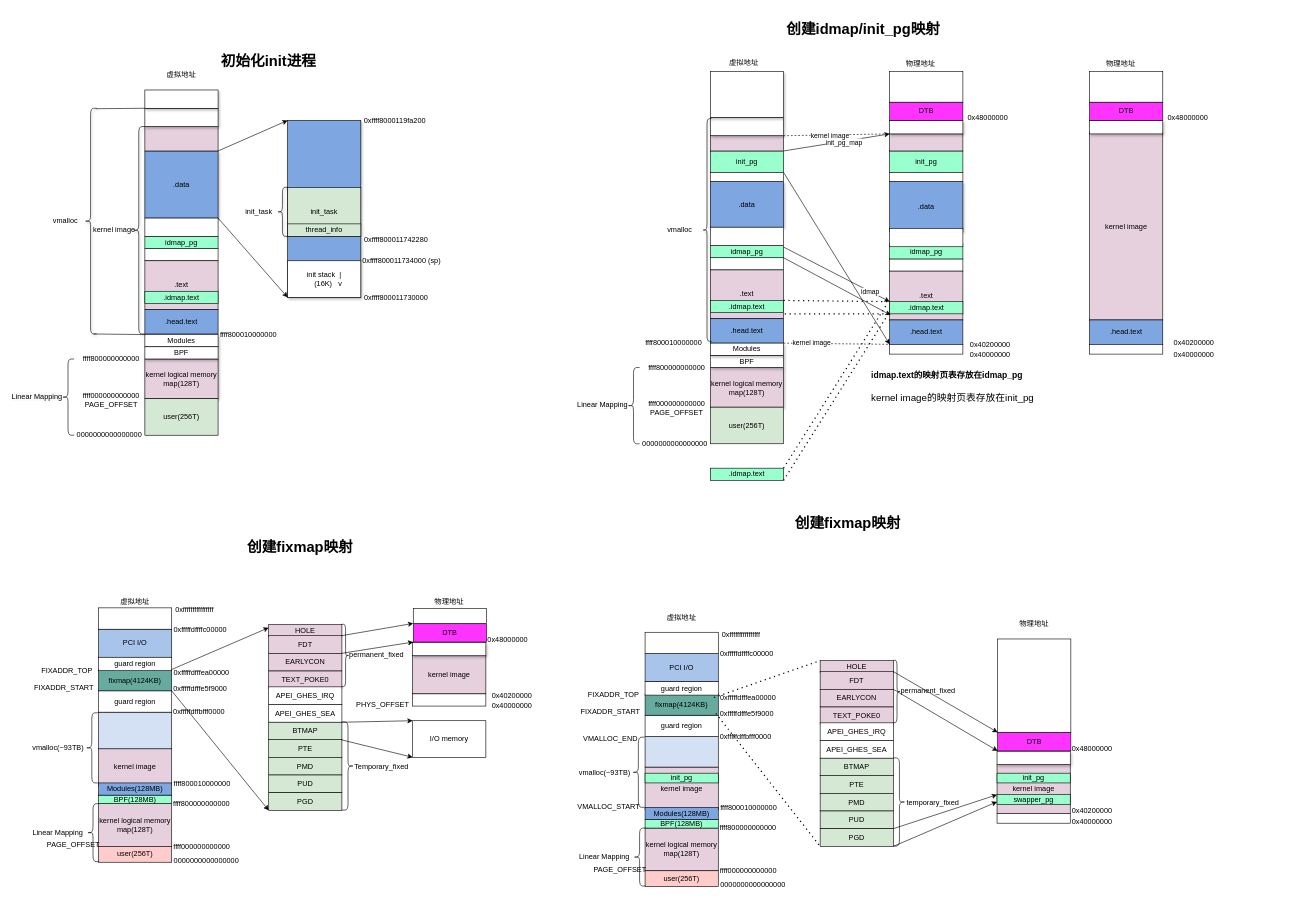
Above: kernel_start.drawio in jasonactions/graph (draw.io), before the change. Source tidied: cells renumbered, new cells numbered last; positions are measured from the earlier drawing's top-left corner, leaving out a move shared by most shapes. Both pictures are drawn from the tidied source at 61%, with x=0, y=0 at pixel (10, 16).
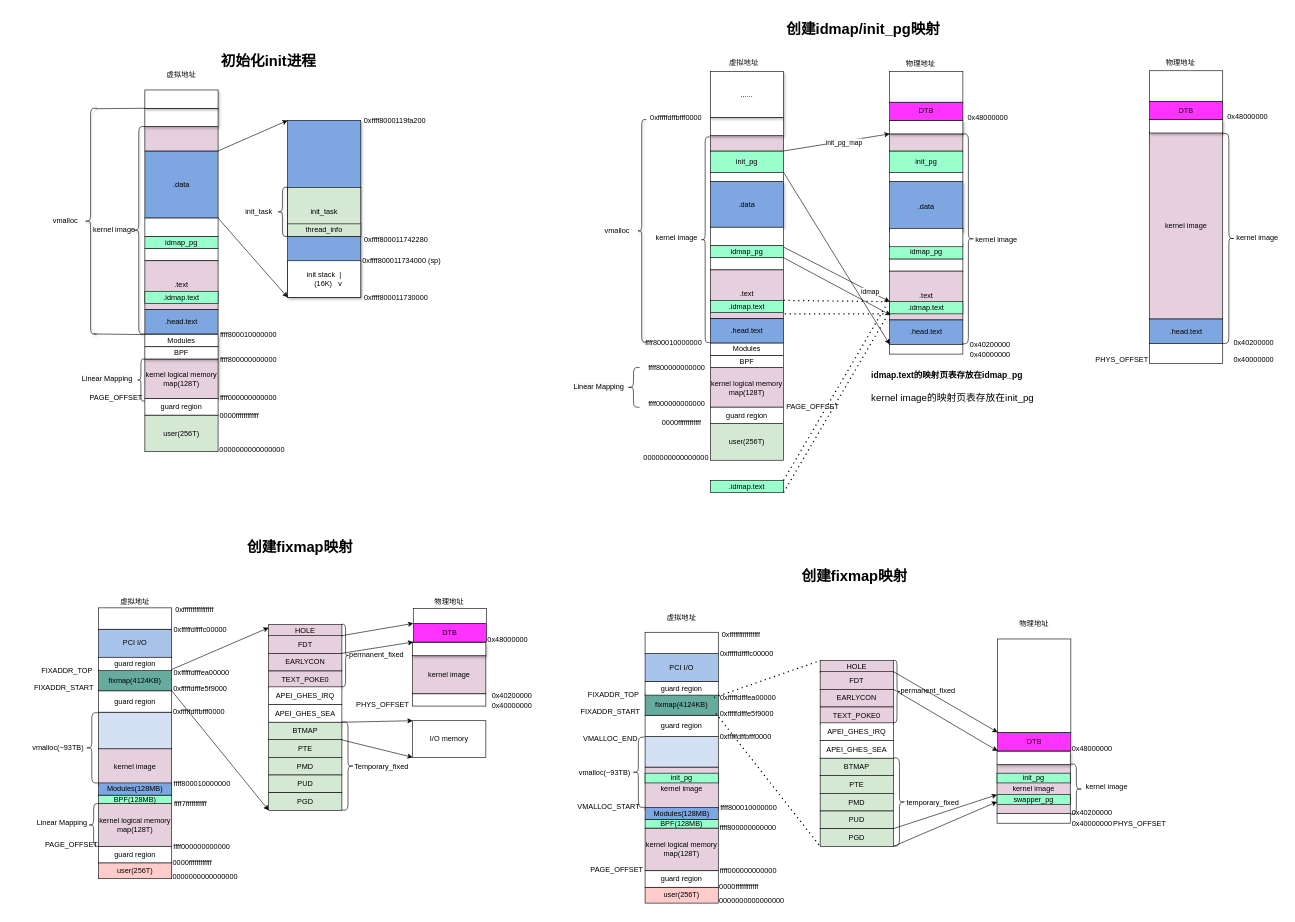
After the change.

The change refers to these unchanged cells:
```xml
<mxCell id="8" value=".head.text" style="rounded=0;whiteSpace=wrap;html=1;fillColor=#7EA6E0;" parent="1" vertex="1">
  <mxGeometry x="1147" y="495" width="120" height="40" as="geometry" />
</mxCell>
<mxCell id="15" value=".head.text" style="rounded=0;whiteSpace=wrap;html=1;fillColor=#7EA6E0;" parent="1" vertex="1">
  <mxGeometry x="1441" y="497" width="120" height="40" as="geometry" />
</mxCell>
<mxCell id="21" style="rounded=0;whiteSpace=wrap;html=1;fillColor=#E6D0DE;" parent="1" vertex="1">
  <mxGeometry x="1441" y="192" width="120" height="28" as="geometry" />
</mxCell>
<mxCell id="22" style="rounded=0;whiteSpace=wrap;html=1;fillColor=#E6D0DE;" parent="1" vertex="1">
  <mxGeometry x="1147" y="195" width="120" height="25" as="geometry" />
</mxCell>
```

The edit, as a diff of the source:
```diff
@@
-    <mxCell id="25" value="kernel logical memory map(128T)" style="rounded=0;whiteSpace=wrap;html=1;shadow=1;fillColor=#E6D0DE;" parent="1" vertex="1">
+    <mxCell id="25" value="kernel logical memory map(128T)" style="rounded=0;whiteSpace=wrap;html=1;shadow=0;fillColor=#E6D0DE;" parent="1" vertex="1">
       <mxGeometry x="1147" y="575" width="120" height="65" as="geometry" />
     </mxCell>
@@
     <mxCell id="29" value="0000000000000000" style="text;html=1;strokeColor=none;fillColor=none;align=center;verticalAlign=middle;whiteSpace=wrap;rounded=0;shadow=1;" parent="1" vertex="1">
-      <mxGeometry x="1039" y="690" width="100" height="20" as="geometry" />
+      <mxGeometry x="1041" y="713" width="100" height="20" as="geometry" />
     </mxCell>
@@
-    <mxCell id="32" value="BPF" style="rounded=0;whiteSpace=wrap;html=1;shadow=1;fillColor=#FFFFFF;" parent="1" vertex="1">
+    <mxCell id="32" value="BPF" style="rounded=0;whiteSpace=wrap;html=1;shadow=0;fillColor=#FFFFFF;" parent="1" vertex="1">
       <mxGeometry x="1147" y="555" width="120" height="20" as="geometry" />
     </mxCell>
-    <mxCell id="33" value="Modules" style="rounded=0;whiteSpace=wrap;html=1;shadow=1;fillColor=#FFFFFF;" parent="1" vertex="1">
+    <mxCell id="33" value="Modules" style="rounded=0;whiteSpace=wrap;html=1;shadow=0;fillColor=#FFFFFF;" parent="1" vertex="1">
       <mxGeometry x="1147" y="535" width="120" height="20" as="geometry" />
     </mxCell>
     <mxCell id="34" style="shape=curlyBracket;whiteSpace=wrap;html=1;rounded=1;shadow=1;fillColor=#FFFFFF;" parent="1" vertex="1">
-      <mxGeometry x="1134" y="167" width="15" height="365" as="geometry" />
+      <mxGeometry x="1027" y="168.5" width="15" height="365" as="geometry" />
     </mxCell>
     <mxCell id="35" value="vmalloc" style="text;html=1;strokeColor=none;fillColor=none;align=center;verticalAlign=middle;whiteSpace=wrap;rounded=0;shadow=1;" parent="1" vertex="1">
-      <mxGeometry x="1057" y="339.5" width="80" height="20" as="geometry" />
+      <mxGeometry x="962.5" y="341" width="63" height="20" as="geometry" />
     </mxCell>
-    <mxCell id="36" style="rounded=0;whiteSpace=wrap;html=1;shadow=1;fillColor=#FFFFFF;" parent="1" vertex="1">
+    <mxCell id="36" value="......" style="rounded=0;whiteSpace=wrap;html=1;shadow=1;fillColor=#FFFFFF;" parent="1" vertex="1">
       <mxGeometry x="1147" y="90" width="120" height="75" as="geometry" />
     </mxCell>
@@
     <mxCell id="41" value="PAGE_OFFSET" style="text;html=1;strokeColor=none;fillColor=none;align=center;verticalAlign=middle;whiteSpace=wrap;rounded=0;shadow=1;" parent="1" vertex="1">
-      <mxGeometry x="1042" y="640" width="100" height="20" as="geometry" />
+      <mxGeometry x="1265" y="630" width="100" height="20" as="geometry" />
     </mxCell>
@@
-    <mxCell id="44" value=".data" style="rounded=0;whiteSpace=wrap;html=1;fillColor=#7EA6E0;shadow=1;" parent="1" vertex="1">
+    <mxCell id="44" value=".data" style="rounded=0;whiteSpace=wrap;html=1;fillColor=#7EA6E0;shadow=0;" parent="1" vertex="1">
       <mxGeometry x="220" y="220" width="120" height="110" as="geometry" />
     </mxCell>
@@
-    <mxCell id="70" style="endArrow=none;dashed=1;html=1;exitX=1;exitY=1;exitDx=0;exitDy=0;entryX=0;entryY=1;entryDx=0;entryDy=0;" parent="1" edge="1" source="8" target="15">
-      <mxGeometry relative="1" as="geometry" />
-    </mxCell>
-    <mxCell id="71" value="kernel image" style="edgeLabel;html=1;align=center;verticalAlign=middle;" parent="70" vertex="1">
-      <mxGeometry x="-0.48" y="1" relative="1" as="geometry" />
-    </mxCell>
-    <mxCell id="72" style="endArrow=none;dashed=1;html=1;exitX=1;exitY=0;exitDx=0;exitDy=0;entryX=0;entryY=0;entryDx=0;entryDy=0;" parent="1" edge="1" source="22" target="21">
-      <mxGeometry relative="1" as="geometry" />
-    </mxCell>
-    <mxCell id="73" value="kernel image" style="edgeLabel;html=1;align=center;verticalAlign=middle;" parent="72" vertex="1">
-      <mxGeometry x="-0.14" y="-1" relative="1" as="geometry" />
-    </mxCell>
@@
     <mxCell id="78" value="物理地址" style="text;html=1;strokeColor=none;fillColor=none;align=center;verticalAlign=middle;whiteSpace=wrap;rounded=0;" parent="1" vertex="1">
-      <mxGeometry x="1784.7" y="67" width="70" height="20" as="geometry" />
+      <mxGeometry x="1883" y="65.5" width="70" height="20" as="geometry" />
     </mxCell>
     <mxCell id="79" value="kernel image" style="rounded=0;whiteSpace=wrap;html=1;fillColor=#E6D0DE;" parent="1" vertex="1">
-      <mxGeometry x="1768.7" y="190" width="120" height="307" as="geometry" />
+      <mxGeometry x="1867" y="188.5" width="120" height="307" as="geometry" />
     </mxCell>
     <mxCell id="80" value=".head.text" style="rounded=0;whiteSpace=wrap;html=1;fillColor=#7EA6E0;" parent="1" vertex="1">
-      <mxGeometry x="1768.7" y="497" width="120" height="40" as="geometry" />
+      <mxGeometry x="1867" y="495.5" width="120" height="40" as="geometry" />
     </mxCell>
     <mxCell id="81" style="rounded=0;whiteSpace=wrap;html=1;shadow=1;fillColor=#FFFFFF;" parent="1" vertex="1">
-      <mxGeometry x="1768.7" y="170" width="120" height="22" as="geometry" />
+      <mxGeometry x="1867" y="168.5" width="120" height="22" as="geometry" />
     </mxCell>
     <mxCell id="82" value="0x40000000" style="text;html=1;strokeColor=none;fillColor=none;align=center;verticalAlign=middle;whiteSpace=wrap;rounded=0;" parent="1" vertex="1">
-      <mxGeometry x="1894.7" y="545" width="90" height="20" as="geometry" />
+      <mxGeometry x="1993" y="553" width="90" height="20" as="geometry" />
     </mxCell>
     <mxCell id="83" value="0x48000000" style="text;html=1;strokeColor=none;fillColor=none;align=center;verticalAlign=middle;whiteSpace=wrap;rounded=0;" parent="1" vertex="1">
-      <mxGeometry x="1894.7" y="155" width="70" height="20" as="geometry" />
+      <mxGeometry x="1993" y="153.5" width="70" height="20" as="geometry" />
     </mxCell>
     <mxCell id="84" value="DTB" style="rounded=0;whiteSpace=wrap;html=1;fillColor=#FF33FF;" parent="1" vertex="1">
-      <mxGeometry x="1768.7" y="140" width="120" height="30" as="geometry" />
+      <mxGeometry x="1867" y="138.5" width="120" height="30" as="geometry" />
     </mxCell>
     <mxCell id="85" style="rounded=0;whiteSpace=wrap;html=1;fillColor=#FFFFFF;" parent="1" vertex="1">
-      <mxGeometry x="1768.7" y="90" width="120" height="50" as="geometry" />
+      <mxGeometry x="1867" y="88.5" width="120" height="50" as="geometry" />
     </mxCell>
@@
     <mxCell id="98" value="0000000000000000" style="text;html=1;strokeColor=none;fillColor=none;align=center;verticalAlign=middle;whiteSpace=wrap;rounded=0;shadow=1;" parent="1" vertex="1">
-      <mxGeometry x="271" y="1373" width="100" height="20" as="geometry" />
+      <mxGeometry x="269" y="1400" width="100" height="20" as="geometry" />
     </mxCell>
-    <mxCell id="99" value="ffff800000000000" style="text;html=1;strokeColor=none;fillColor=none;align=center;verticalAlign=middle;whiteSpace=wrap;rounded=0;shadow=1;" parent="1" vertex="1">
-      <mxGeometry x="263" y="1280" width="100" height="20" as="geometry" />
+    <mxCell id="99" value="ffff7fffffffffff" style="text;html=1;strokeColor=none;fillColor=none;align=center;verticalAlign=middle;whiteSpace=wrap;rounded=0;shadow=1;" parent="1" vertex="1">
+      <mxGeometry x="263" y="1280" width="64" height="20" as="geometry" />
     </mxCell>
@@
     <mxCell id="105" value="PAGE_OFFSET" style="text;html=1;strokeColor=none;fillColor=none;align=center;verticalAlign=middle;whiteSpace=wrap;rounded=0;shadow=1;" parent="1" vertex="1">
-      <mxGeometry x="53" y="1348" width="100" height="20" as="geometry" />
+      <mxGeometry x="50" y="1348" width="100" height="20" as="geometry" />
     </mxCell>
@@
     <mxCell id="115" value="user(256T)" style="rounded=0;whiteSpace=wrap;html=1;shadow=0;strokeColor=#000000;fillColor=#FFCCCC;" parent="1" vertex="1">
-      <mxGeometry x="144" y="1360" width="120" height="26" as="geometry" />
+      <mxGeometry x="144" y="1387" width="120" height="26" as="geometry" />
     </mxCell>
     <mxCell id="116" style="shape=curlyBracket;whiteSpace=wrap;html=1;rounded=1;shadow=0;fillColor=#FFFFFF;" parent="1" vertex="1">
-      <mxGeometry x="125" y="1290" width="20" height="95" as="geometry" />
+      <mxGeometry x="127" y="1290" width="18" height="70" as="geometry" />
     </mxCell>
     <mxCell id="117" value="Linear Mapping" style="text;html=1;strokeColor=none;fillColor=none;align=center;verticalAlign=middle;whiteSpace=wrap;rounded=0;shadow=0;" parent="1" vertex="1">
-      <mxGeometry x="31" y="1328" width="93" height="20" as="geometry" />
+      <mxGeometry x="37.5" y="1311.5" width="93" height="20" as="geometry" />
     </mxCell>
@@
     <mxCell id="153" value="user(256T)" style="rounded=0;whiteSpace=wrap;html=1;shadow=0;strokeColor=#000000;fillColor=#D5E8D4;" parent="1" vertex="1">
-      <mxGeometry x="1147" y="640" width="120" height="60" as="geometry" />
+      <mxGeometry x="1147" y="667" width="120" height="60" as="geometry" />
     </mxCell>
     <mxCell id="154" value=".idmap.text" style="rounded=0;whiteSpace=wrap;html=1;shadow=0;strokeColor=#000000;fillColor=#99FFCC;" parent="1" vertex="1">
-      <mxGeometry x="1147" y="740" width="120" height="20" as="geometry" />
+      <mxGeometry x="1147" y="760" width="120" height="20" as="geometry" />
     </mxCell>
@@
     <mxCell id="160" value="&lt;span style=&quot;color: rgb(0, 0, 0); font-family: helvetica; font-size: 12px; font-style: normal; font-weight: 400; letter-spacing: normal; text-align: center; text-indent: 0px; text-transform: none; word-spacing: 0px; background-color: rgb(248, 249, 250); display: inline; float: none;&quot;&gt;Linear Mapping&lt;/span&gt;" style="text;whiteSpace=wrap;html=1;" parent="1" vertex="1">
-      <mxGeometry x="927" y="622.5" width="110" height="30" as="geometry" />
+      <mxGeometry x="921" y="592.5" width="110" height="30" as="geometry" />
     </mxCell>
     <mxCell id="161" style="shape=curlyBracket;whiteSpace=wrap;html=1;rounded=1;shadow=0;strokeColor=#000000;fillColor=#99FFCC;" parent="1" vertex="1">
-      <mxGeometry x="1011" y="575" width="20" height="125" as="geometry" />
+      <mxGeometry x="1011" y="575" width="20" height="65" as="geometry" />
     </mxCell>
@@
     <mxCell id="163" value="0000000000000000" style="text;html=1;strokeColor=none;fillColor=none;align=center;verticalAlign=middle;whiteSpace=wrap;rounded=0;shadow=1;" parent="1" vertex="1">
-      <mxGeometry x="112" y="676" width="100" height="20" as="geometry" />
+      <mxGeometry x="346" y="700" width="100" height="20" as="geometry" />
     </mxCell>
     <mxCell id="164" value="ffff800000000000" style="text;html=1;strokeColor=none;fillColor=none;align=center;verticalAlign=middle;whiteSpace=wrap;rounded=0;shadow=1;" parent="1" vertex="1">
-      <mxGeometry x="115" y="551" width="100" height="20" as="geometry" />
+      <mxGeometry x="340" y="553" width="100" height="20" as="geometry" />
     </mxCell>
     <mxCell id="165" value="ffff000000000000" style="text;html=1;strokeColor=none;fillColor=none;align=center;verticalAlign=middle;whiteSpace=wrap;rounded=0;shadow=1;" parent="1" vertex="1">
-      <mxGeometry x="110" y="611" width="110" height="20" as="geometry" />
+      <mxGeometry x="334" y="611.8" width="112" height="23.5" as="geometry" />
     </mxCell>
@@
     <mxCell id="167" value="PAGE_OFFSET" style="text;html=1;strokeColor=none;fillColor=none;align=center;verticalAlign=middle;whiteSpace=wrap;rounded=0;shadow=1;" parent="1" vertex="1">
-      <mxGeometry x="115" y="626" width="100" height="20" as="geometry" />
+      <mxGeometry x="123" y="615.2" width="100" height="20" as="geometry" />
     </mxCell>
     <mxCell id="168" value="user(256T)" style="rounded=0;whiteSpace=wrap;html=1;shadow=0;strokeColor=#000000;fillColor=#D5E8D4;" parent="1" vertex="1">
-      <mxGeometry x="220" y="626" width="120" height="60" as="geometry" />
+      <mxGeometry x="220" y="653" width="120" height="60" as="geometry" />
     </mxCell>
     <mxCell id="169" value="&lt;span style=&quot;color: rgb(0, 0, 0); font-family: helvetica; font-size: 12px; font-style: normal; font-weight: 400; letter-spacing: normal; text-align: center; text-indent: 0px; text-transform: none; word-spacing: 0px; background-color: rgb(248, 249, 250); display: inline; float: none;&quot;&gt;Linear Mapping&lt;/span&gt;" style="text;whiteSpace=wrap;html=1;" parent="1" vertex="1">
-      <mxGeometry y="608.5" width="110" height="30" as="geometry" />
+      <mxGeometry x="115" y="578.5" width="110" height="30" as="geometry" />
     </mxCell>
     <mxCell id="170" style="shape=curlyBracket;whiteSpace=wrap;html=1;rounded=1;shadow=0;strokeColor=#000000;fillColor=#99FFCC;" parent="1" vertex="1">
-      <mxGeometry x="84" y="561" width="20" height="125" as="geometry" />
+      <mxGeometry x="207" y="561" width="13" height="69" as="geometry" />
     </mxCell>
@@
     <mxCell id="177" value="0000000000000000" style="text;html=1;strokeColor=none;fillColor=none;align=center;verticalAlign=middle;whiteSpace=wrap;rounded=0;shadow=1;" parent="1" vertex="1">
-      <mxGeometry x="1167" y="1413" width="100" height="20" as="geometry" />
+      <mxGeometry x="1165" y="1440" width="100" height="20" as="geometry" />
     </mxCell>
@@
     <mxCell id="184" value="PAGE_OFFSET" style="text;html=1;strokeColor=none;fillColor=none;align=center;verticalAlign=middle;whiteSpace=wrap;rounded=0;shadow=1;" parent="1" vertex="1">
-      <mxGeometry x="949" y="1388" width="100" height="20" as="geometry" />
+      <mxGeometry x="944" y="1388" width="100" height="20" as="geometry" />
     </mxCell>
@@
     <mxCell id="194" value="user(256T)" style="rounded=0;whiteSpace=wrap;html=1;shadow=0;strokeColor=#000000;fillColor=#FFCCCC;" parent="1" vertex="1">
-      <mxGeometry x="1040" y="1400" width="120" height="26" as="geometry" />
+      <mxGeometry x="1040" y="1427" width="120" height="26" as="geometry" />
     </mxCell>
-    <mxCell id="195" style="shape=curlyBracket;whiteSpace=wrap;html=1;rounded=1;shadow=0;fillColor=#FFFFFF;" parent="1" vertex="1">
-      <mxGeometry x="1021" y="1330" width="20" height="95" as="geometry" />
-    </mxCell>
-    <mxCell id="196" value="Linear Mapping" style="text;html=1;strokeColor=none;fillColor=none;align=center;verticalAlign=middle;whiteSpace=wrap;rounded=0;shadow=0;" parent="1" vertex="1">
-      <mxGeometry x="927" y="1368" width="93" height="20" as="geometry" />
-    </mxCell>
@@
     <mxCell id="218" value="0x40200000" style="text;html=1;strokeColor=none;fillColor=none;align=center;verticalAlign=middle;whiteSpace=wrap;rounded=0;" parent="1" vertex="1">
-      <mxGeometry x="1728" y="1291.5" width="90" height="20" as="geometry" />
+      <mxGeometry x="1728" y="1294.5" width="90" height="20" as="geometry" />
     </mxCell>
@@
     <mxCell id="224" value="&lt;h1&gt;创建fixmap映射&lt;/h1&gt;" style="text;html=1;strokeColor=none;fillColor=none;spacing=5;spacingTop=-20;whiteSpace=wrap;overflow=hidden;rounded=0;shadow=0;" parent="1" vertex="1">
-      <mxGeometry x="1281" y="810" width="190" height="47" as="geometry" />
+      <mxGeometry x="1292" y="898" width="190" height="47" as="geometry" />
     </mxCell>
@@
     <mxCell id="234" style="rounded=0;whiteSpace=wrap;html=1;" parent="1" vertex="1">
-      <mxGeometry x="1768.7" y="537" width="120" height="16" as="geometry" />
+      <mxGeometry x="1867" y="535.5" width="120" height="33" as="geometry" />
     </mxCell>
     <mxCell id="235" value="0x40200000" style="text;html=1;strokeColor=none;fillColor=none;align=center;verticalAlign=middle;whiteSpace=wrap;rounded=0;" parent="1" vertex="1">
-      <mxGeometry x="1894.7" y="525" width="90" height="20" as="geometry" />
+      <mxGeometry x="1993" y="523.5" width="90" height="20" as="geometry" />
     </mxCell>
@@
     <mxCell id="237" value="0x40000000" style="text;html=1;strokeColor=none;fillColor=none;align=center;verticalAlign=middle;whiteSpace=wrap;rounded=0;" parent="1" vertex="1">
-      <mxGeometry x="1728" y="1310" width="90" height="20" as="geometry" />
+      <mxGeometry x="1728" y="1313" width="90" height="20" as="geometry" />
     </mxCell>
@@
+    <mxCell id="243" value="guard region" style="rounded=0;whiteSpace=wrap;html=1;shadow=0;fillColor=#FFFFFF;" parent="1" vertex="1">
+      <mxGeometry x="144" y="1360" width="120" height="27" as="geometry" />
+    </mxCell>
+    <mxCell id="244" value="0000ffffffffffff" style="text;html=1;strokeColor=none;fillColor=none;align=center;verticalAlign=middle;whiteSpace=wrap;rounded=0;shadow=1;" parent="1" vertex="1">
+      <mxGeometry x="269" y="1377" width="58" height="20" as="geometry" />
+    </mxCell>
+    <mxCell id="245" value="guard region" style="rounded=0;whiteSpace=wrap;html=1;shadow=0;fillColor=#FFFFFF;" parent="1" vertex="1">
+      <mxGeometry x="220" y="626" width="120" height="27" as="geometry" />
+    </mxCell>
+    <mxCell id="246" value="0000ffffffffffff" style="text;html=1;strokeColor=none;fillColor=none;align=center;verticalAlign=middle;whiteSpace=wrap;rounded=0;shadow=1;" parent="1" vertex="1">
+      <mxGeometry x="346" y="645" width="58" height="20" as="geometry" />
+    </mxCell>
+    <mxCell id="247" value="guard region" style="rounded=0;whiteSpace=wrap;html=1;shadow=0;fillColor=#FFFFFF;" parent="1" vertex="1">
+      <mxGeometry x="1147" y="640" width="120" height="27" as="geometry" />
+    </mxCell>
+    <mxCell id="248" value="0000ffffffffffff" style="text;html=1;strokeColor=none;fillColor=none;align=center;verticalAlign=middle;whiteSpace=wrap;rounded=0;shadow=1;" parent="1" vertex="1">
+      <mxGeometry x="1071" y="656" width="58" height="20" as="geometry" />
+    </mxCell>
+    <mxCell id="249" value="guard region" style="rounded=0;whiteSpace=wrap;html=1;shadow=0;fillColor=#FFFFFF;" parent="1" vertex="1">
+      <mxGeometry x="1040" y="1400" width="120" height="27" as="geometry" />
+    </mxCell>
+    <mxCell id="250" value="0000ffffffffffff" style="text;html=1;strokeColor=none;fillColor=none;align=center;verticalAlign=middle;whiteSpace=wrap;rounded=0;shadow=1;" parent="1" vertex="1">
+      <mxGeometry x="1165" y="1417" width="58" height="20" as="geometry" />
+    </mxCell>
+    <mxCell id="251" value="PHYS_OFFSET" style="text;html=1;strokeColor=none;fillColor=none;align=center;verticalAlign=middle;whiteSpace=wrap;rounded=0;" parent="1" vertex="1">
+      <mxGeometry x="1808" y="1313" width="86" height="20" as="geometry" />
+    </mxCell>
+    <mxCell id="252" style="shape=curlyBracket;whiteSpace=wrap;html=1;rounded=1;flipH=1;shadow=0;" parent="1" vertex="1">
+      <mxGeometry x="1560" y="192" width="20" height="344" as="geometry" />
+    </mxCell>
+    <mxCell id="253" value="kernel image" style="text;html=1;strokeColor=none;fillColor=none;align=center;verticalAlign=middle;whiteSpace=wrap;rounded=0;" parent="1" vertex="1">
+      <mxGeometry x="1571" y="355" width="90" height="20" as="geometry" />
+    </mxCell>
+    <mxCell id="254" style="shape=curlyBracket;whiteSpace=wrap;html=1;rounded=1;flipH=1;shadow=0;" parent="1" vertex="1">
+      <mxGeometry x="1987" y="191.5" width="20" height="344" as="geometry" />
+    </mxCell>
+    <mxCell id="255" value="kernel image" style="text;html=1;strokeColor=none;fillColor=none;align=center;verticalAlign=middle;whiteSpace=wrap;rounded=0;" parent="1" vertex="1">
+      <mxGeometry x="1999" y="352.5" width="90" height="20" as="geometry" />
+    </mxCell>
+    <mxCell id="256" style="shape=curlyBracket;whiteSpace=wrap;html=1;rounded=1;flipH=1;shadow=0;" parent="1" vertex="1">
+      <mxGeometry x="1737" y="1225" width="20" height="82" as="geometry" />
+    </mxCell>
+    <mxCell id="257" value="kernel image" style="text;html=1;strokeColor=none;fillColor=none;align=center;verticalAlign=middle;whiteSpace=wrap;rounded=0;" parent="1" vertex="1">
+      <mxGeometry x="1757" y="1253" width="80" height="20" as="geometry" />
+    </mxCell>
+    <mxCell id="258" value="PHYS_OFFSET" style="text;html=1;strokeColor=none;fillColor=none;align=center;verticalAlign=middle;whiteSpace=wrap;rounded=0;" parent="1" vertex="1">
+      <mxGeometry x="1777" y="551.5" width="90" height="20" as="geometry" />
+    </mxCell>
+    <mxCell id="259" style="shape=curlyBracket;whiteSpace=wrap;html=1;rounded=1;shadow=0;fillColor=#FFFFFF;" parent="1" vertex="1">
+      <mxGeometry x="1131" y="197" width="15" height="337" as="geometry" />
+    </mxCell>
+    <mxCell id="260" value="kernel image" style="text;html=1;strokeColor=none;fillColor=none;align=center;verticalAlign=middle;whiteSpace=wrap;rounded=0;" parent="1" vertex="1">
+      <mxGeometry x="1047" y="352" width="90" height="20" as="geometry" />
+    </mxCell>
+    <mxCell id="261" value="0xfffffdffbfff0000" style="text;html=1;strokeColor=none;fillColor=none;align=center;verticalAlign=middle;whiteSpace=wrap;rounded=0;shadow=1;" parent="1" vertex="1">
+      <mxGeometry x="1049" y="155" width="84" height="20" as="geometry" />
+    </mxCell>
```
